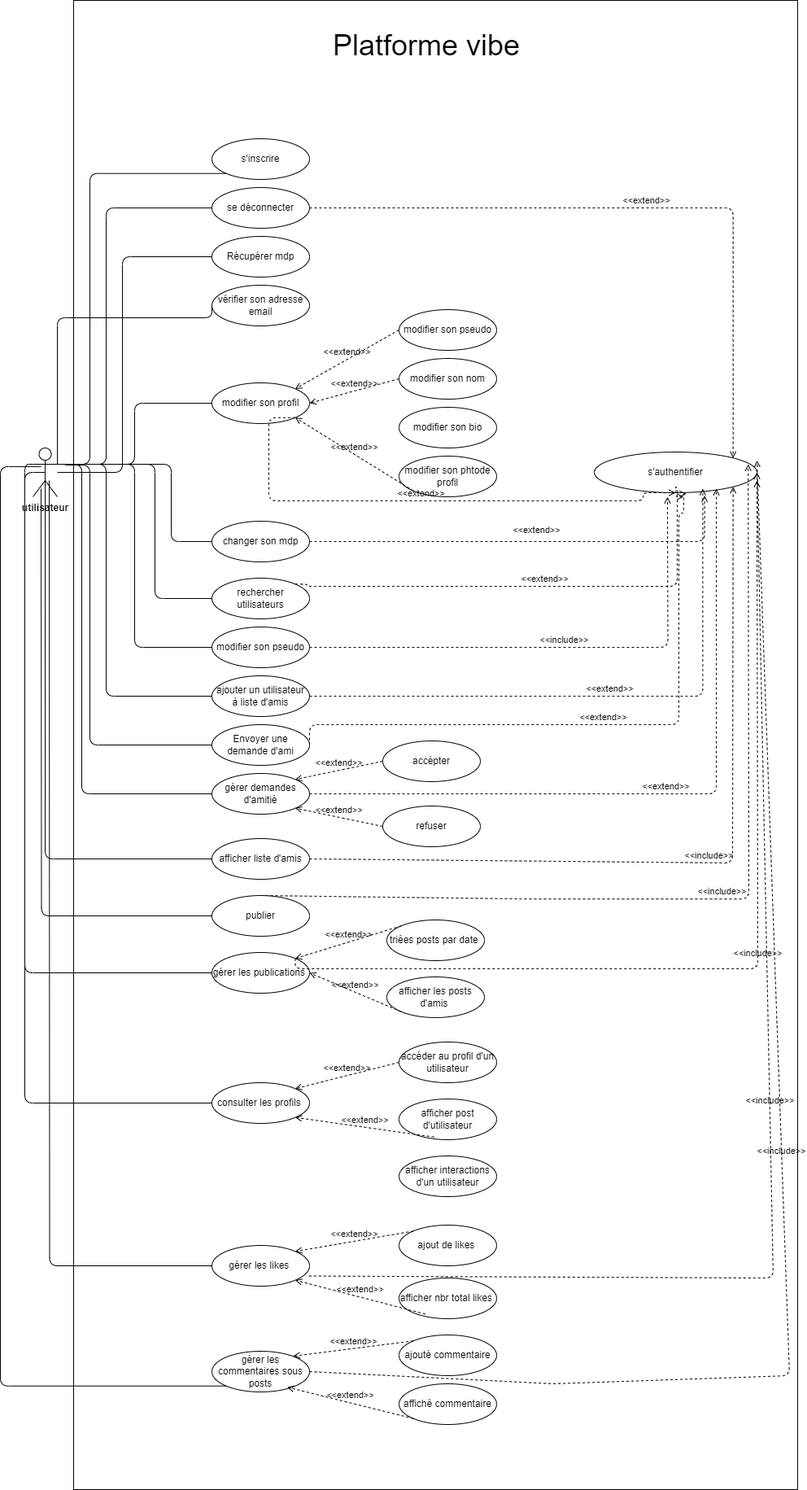
Earlier version of the draw.io export vibes/diagrammes/usecase.drawio.png (HananeOubaha/Plateforme-Vibe). Source tidied: cells renumbered, new cells last; positions are measured from the earlier drawing's top-left corner, leaving out a move shared by most shapes.
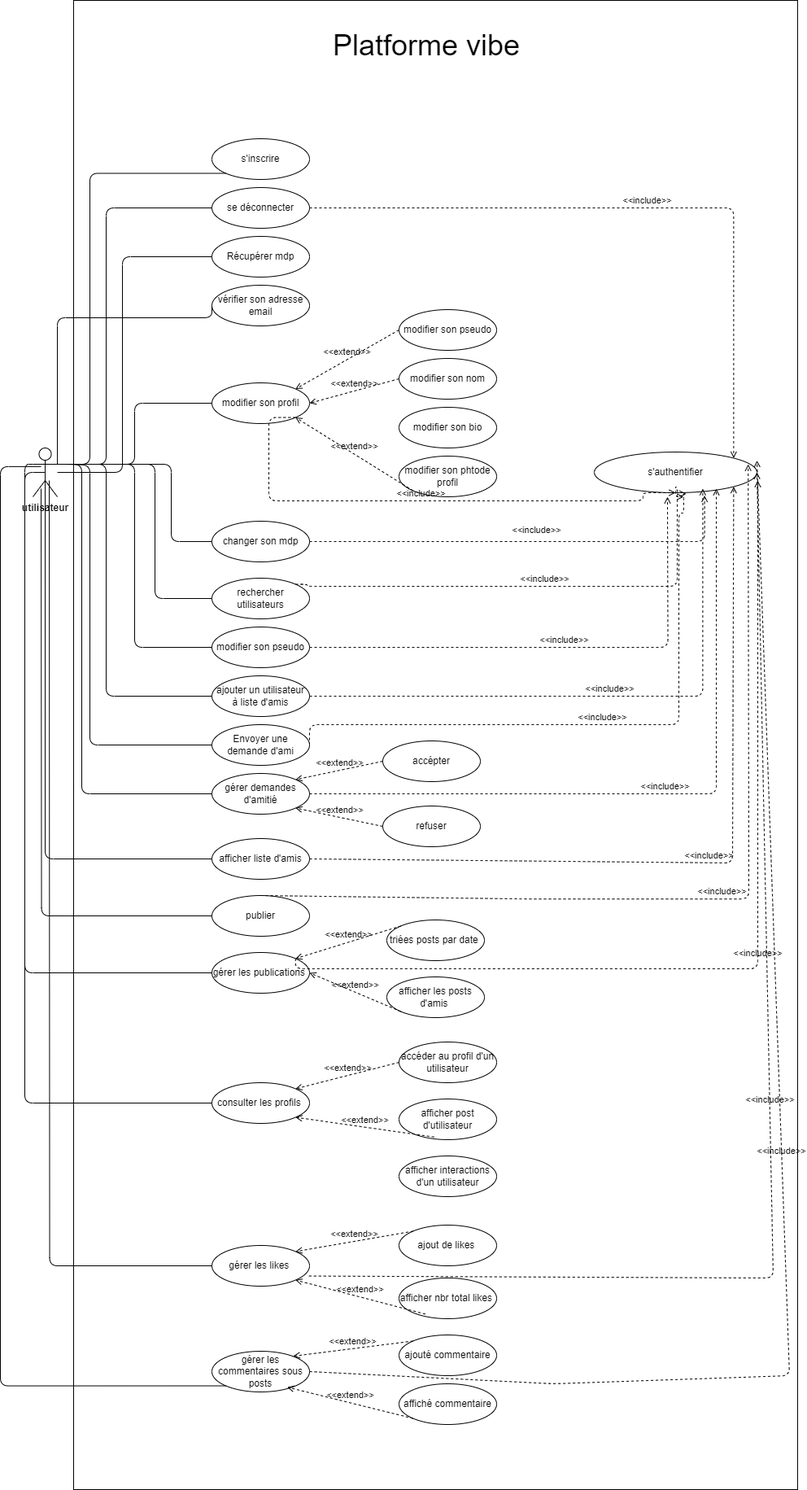
The same diagram one commit later.

Diff of the diagram source:
```diff
@@ -155,10 +155,10 @@
     <mxCell id="38" value="s'authentifier" style="ellipse;whiteSpace=wrap;html=1;" parent="1" vertex="1">
       <mxGeometry x="730" y="555" width="200" height="50" as="geometry" />
     </mxCell>
-    <mxCell id="39" value="&amp;lt;&amp;lt;extend&amp;gt;&amp;gt;" style="html=1;verticalAlign=bottom;labelBackgroundColor=none;endArrow=open;endFill=0;dashed=1;exitX=1;exitY=0.5;exitDx=0;exitDy=0;entryX=1;entryY=0;entryDx=0;entryDy=0;edgeStyle=orthogonalEdgeStyle;" parent="1" edge="1" source="6" target="38">
+    <mxCell id="39" value="&amp;lt;&amp;lt;include&amp;gt;&amp;gt;" style="html=1;verticalAlign=bottom;labelBackgroundColor=none;endArrow=open;endFill=0;dashed=1;exitX=1;exitY=0.5;exitDx=0;exitDy=0;entryX=1;entryY=0;entryDx=0;entryDy=0;edgeStyle=orthogonalEdgeStyle;" parent="1" edge="1" source="6" target="38">
       <mxGeometry relative="1" as="geometry" />
     </mxCell>
-    <mxCell id="40" value="&amp;lt;&amp;lt;extend&amp;gt;&amp;gt;" style="html=1;verticalAlign=bottom;labelBackgroundColor=none;endArrow=open;endFill=0;dashed=1;exitX=1;exitY=1;exitDx=0;exitDy=0;entryX=0.5;entryY=1;entryDx=0;entryDy=0;edgeStyle=orthogonalEdgeStyle;" parent="1" edge="1" source="9" target="38">
+    <mxCell id="40" value="&amp;lt;&amp;lt;include&amp;gt;&amp;gt;" style="html=1;verticalAlign=bottom;labelBackgroundColor=none;endArrow=open;endFill=0;dashed=1;exitX=1;exitY=1;exitDx=0;exitDy=0;entryX=0.5;entryY=1;entryDx=0;entryDy=0;edgeStyle=orthogonalEdgeStyle;" parent="1" edge="1" source="9" target="38">
       <mxGeometry relative="1" as="geometry">
         <Array as="points">
           <mxPoint x="330" y="512" />
@@ -167,12 +167,12 @@
         </Array>
       </mxGeometry>
     </mxCell>
-    <mxCell id="41" value="&amp;lt;&amp;lt;extend&amp;gt;&amp;gt;" style="html=1;verticalAlign=bottom;labelBackgroundColor=none;endArrow=open;endFill=0;dashed=1;exitX=1;exitY=0.5;exitDx=0;exitDy=0;entryX=0.678;entryY=1.067;entryDx=0;entryDy=0;entryPerimeter=0;edgeStyle=orthogonalEdgeStyle;" parent="1" edge="1" source="14" target="38">
+    <mxCell id="41" value="&amp;lt;&amp;lt;include&amp;gt;&amp;gt;" style="html=1;verticalAlign=bottom;labelBackgroundColor=none;endArrow=open;endFill=0;dashed=1;exitX=1;exitY=0.5;exitDx=0;exitDy=0;entryX=0.678;entryY=1.067;entryDx=0;entryDy=0;entryPerimeter=0;edgeStyle=orthogonalEdgeStyle;" parent="1" edge="1" source="14" target="38">
       <mxGeometry x="0.02" y="5" relative="1" as="geometry">
         <mxPoint x="1" as="offset" />
       </mxGeometry>
     </mxCell>
-    <mxCell id="42" value="&amp;lt;&amp;lt;extend&amp;gt;&amp;gt;" style="html=1;verticalAlign=bottom;labelBackgroundColor=none;endArrow=open;endFill=0;dashed=1;exitX=1;exitY=0;exitDx=0;exitDy=0;edgeStyle=orthogonalEdgeStyle;" parent="1" edge="1" source="15">
+    <mxCell id="42" value="&amp;lt;&amp;lt;include&amp;gt;&amp;gt;" style="html=1;verticalAlign=bottom;labelBackgroundColor=none;endArrow=open;endFill=0;dashed=1;exitX=1;exitY=0;exitDx=0;exitDy=0;edgeStyle=orthogonalEdgeStyle;" parent="1" edge="1" source="15">
       <mxGeometry relative="1" as="geometry">
         <mxPoint x="840" y="610" as="targetPoint" />
         <Array as="points">
@@ -189,10 +189,10 @@
         <mxPoint x="820" y="610" as="targetPoint" />
       </mxGeometry>
     </mxCell>
-    <mxCell id="44" value="&amp;lt;&amp;lt;extend&amp;gt;&amp;gt;" style="html=1;verticalAlign=bottom;labelBackgroundColor=none;endArrow=open;endFill=0;dashed=1;exitX=1;exitY=0.5;exitDx=0;exitDy=0;entryX=0.667;entryY=0.9;entryDx=0;entryDy=0;entryPerimeter=0;edgeStyle=orthogonalEdgeStyle;" parent="1" edge="1" source="17" target="38">
+    <mxCell id="44" value="&amp;lt;&amp;lt;include&amp;gt;&amp;gt;" style="html=1;verticalAlign=bottom;labelBackgroundColor=none;endArrow=open;endFill=0;dashed=1;exitX=1;exitY=0.5;exitDx=0;exitDy=0;entryX=0.667;entryY=0.9;entryDx=0;entryDy=0;entryPerimeter=0;edgeStyle=orthogonalEdgeStyle;" parent="1" edge="1" source="17" target="38">
       <mxGeometry relative="1" as="geometry" />
     </mxCell>
-    <mxCell id="45" value="&amp;lt;&amp;lt;extend&amp;gt;&amp;gt;" style="html=1;verticalAlign=bottom;labelBackgroundColor=none;endArrow=open;endFill=0;dashed=1;exitX=1;exitY=0.5;exitDx=0;exitDy=0;entryX=0.565;entryY=1.028;entryDx=0;entryDy=0;edgeStyle=orthogonalEdgeStyle;entryPerimeter=0;" parent="1" edge="1" source="18" target="38">
+    <mxCell id="45" value="&amp;lt;&amp;lt;include&amp;gt;&amp;gt;" style="html=1;verticalAlign=bottom;labelBackgroundColor=none;endArrow=open;endFill=0;dashed=1;exitX=1;exitY=0.5;exitDx=0;exitDy=0;entryX=0.565;entryY=1.028;entryDx=0;entryDy=0;edgeStyle=orthogonalEdgeStyle;entryPerimeter=0;" parent="1" edge="1" source="18" target="38">
       <mxGeometry relative="1" as="geometry">
         <Array as="points">
           <mxPoint x="380" y="890" />
@@ -203,7 +203,7 @@
         </Array>
       </mxGeometry>
     </mxCell>
-    <mxCell id="46" value="&amp;lt;&amp;lt;extend&amp;gt;&amp;gt;" style="html=1;verticalAlign=bottom;labelBackgroundColor=none;endArrow=open;endFill=0;dashed=1;exitX=1;exitY=0.5;exitDx=0;exitDy=0;edgeStyle=orthogonalEdgeStyle;" parent="1" edge="1" source="19">
+    <mxCell id="46" value="&amp;lt;&amp;lt;include&amp;gt;&amp;gt;" style="html=1;verticalAlign=bottom;labelBackgroundColor=none;endArrow=open;endFill=0;dashed=1;exitX=1;exitY=0.5;exitDx=0;exitDy=0;edgeStyle=orthogonalEdgeStyle;" parent="1" edge="1" source="19">
       <mxGeometry relative="1" as="geometry">
         <mxPoint x="880" y="600" as="targetPoint" />
         <Array as="points">
```
